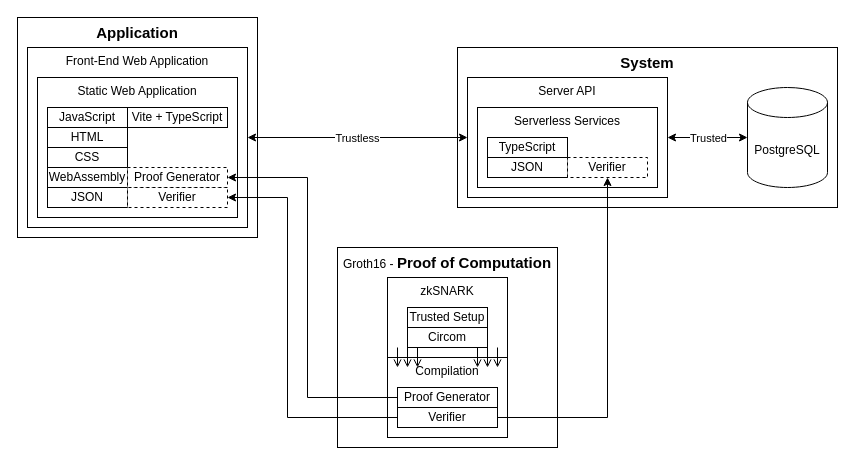
Earlier version of the draw.io diagram page "Page-8" (8 of 9) of docs/diag2.drawio (Dataram57/zkVoting). Source tidied: cells renumbered, new cells numbered last; positions are measured from the earlier drawing's top-left corner, leaving out a move shared by most shapes. Both pictures are drawn from the tidied source at 100%, with x=0, y=0 at pixel (17, 17).
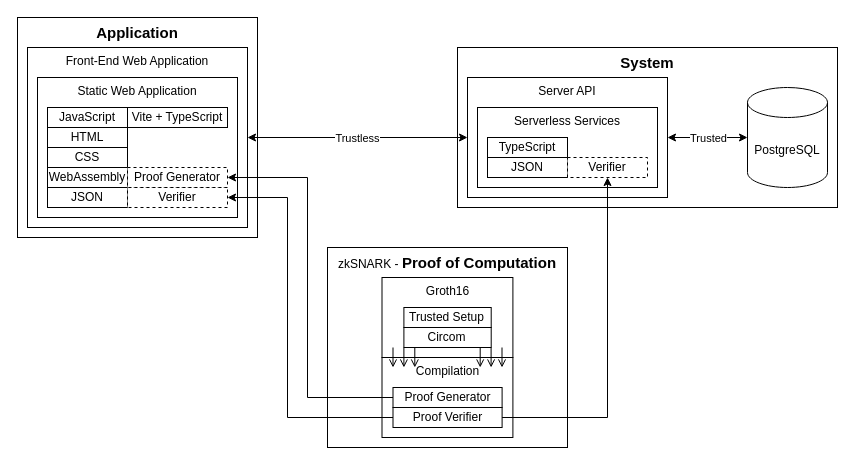
The same page after the edit.

The edit, as a diff of the source:
```diff
@@
     <mxCell id="27" style="group;" parent="1" vertex="1">
-      <mxGeometry x="320" y="230" width="220" height="200" as="geometry" />
+      <mxGeometry x="310" y="230" width="240" height="200" as="geometry" />
     </mxCell>
-    <mxCell id="28" value="Groth16 - &lt;b&gt;&lt;font style=&quot;font-size: 15px;&quot;&gt;Proof of Computation&lt;/font&gt;&lt;/b&gt;" style="whiteSpace=wrap;html=1;verticalAlign=top;" parent="27" vertex="1">
-      <mxGeometry width="220" height="200" as="geometry" />
+    <mxCell id="28" value="zkSNARK - &lt;b&gt;&lt;font style=&quot;font-size: 15px;&quot;&gt;Proof of Computation&lt;/font&gt;&lt;/b&gt;" style="whiteSpace=wrap;html=1;verticalAlign=top;" parent="27" vertex="1">
+      <mxGeometry width="240" height="200" as="geometry" />
     </mxCell>
     <mxCell id="29" value="Compilation" style="whiteSpace=wrap;html=1;verticalAlign=top;" parent="27" vertex="1">
-      <mxGeometry x="50" y="110" width="120" height="80" as="geometry" />
+      <mxGeometry x="54.5" y="110" width="130.9" height="80" as="geometry" />
     </mxCell>
-    <mxCell id="30" value="zkSNARK" style="whiteSpace=wrap;html=1;verticalAlign=top;" parent="27" vertex="1">
-      <mxGeometry x="50" y="30" width="120" height="80" as="geometry" />
+    <mxCell id="30" value="Groth16" style="whiteSpace=wrap;html=1;verticalAlign=top;" parent="27" vertex="1">
+      <mxGeometry x="54.5" y="30" width="130.9" height="80" as="geometry" />
     </mxCell>
     <mxCell id="31" style="group;" parent="27" vertex="1">
-      <mxGeometry x="70" y="60" width="80" height="40" as="geometry" />
+      <mxGeometry x="76.4" y="60" width="87.3" height="40" as="geometry" />
     </mxCell>
     <mxCell id="32" value="Trusted Setup" style="whiteSpace=wrap;html=1;" parent="31" vertex="1">
-      <mxGeometry width="80" height="20" as="geometry" />
+      <mxGeometry width="87.3" height="20" as="geometry" />
     </mxCell>
     <mxCell id="33" value="Circom" style="whiteSpace=wrap;html=1;" parent="31" vertex="1">
-      <mxGeometry y="20" width="80" height="20" as="geometry" />
+      <mxGeometry y="20" width="87.3" height="20" as="geometry" />
     </mxCell>
     <mxCell id="34" value="Proof Generator" style="whiteSpace=wrap;html=1;" parent="27" vertex="1">
-      <mxGeometry x="60" y="140" width="100" height="20" as="geometry" />
+      <mxGeometry x="65.5" y="140" width="109.1" height="20" as="geometry" />
     </mxCell>
-    <mxCell id="35" value="Verifier" style="whiteSpace=wrap;html=1;" parent="27" vertex="1">
-      <mxGeometry x="60" y="160" width="100" height="20" as="geometry" />
+    <mxCell id="35" value="Proof Verifier" style="whiteSpace=wrap;html=1;" parent="27" vertex="1">
+      <mxGeometry x="65.5" y="160" width="109.1" height="20" as="geometry" />
     </mxCell>
     <mxCell id="36" style="group;" parent="27" vertex="1">
-      <mxGeometry x="60" y="100" width="20" height="20" as="geometry" />
+      <mxGeometry x="65.5" y="100" width="21.8" height="20" as="geometry" />
     </mxCell>
@@
     <mxCell id="38" style="endArrow=open;html=1;rounded=0;endFill=0;" parent="36" edge="1">
       <mxGeometry relative="1" as="geometry">
-        <mxPoint x="10" as="sourcePoint" />
-        <mxPoint x="10" y="20" as="targetPoint" />
+        <mxPoint x="10.9" as="sourcePoint" />
+        <mxPoint x="10.9" y="20" as="targetPoint" />
       </mxGeometry>
     </mxCell>
     <mxCell id="39" style="endArrow=open;html=1;rounded=0;endFill=0;" parent="36" edge="1">
       <mxGeometry relative="1" as="geometry">
-        <mxPoint x="20" as="sourcePoint" />
-        <mxPoint x="20" y="20" as="targetPoint" />
+        <mxPoint x="21.8" as="sourcePoint" />
+        <mxPoint x="21.8" y="20" as="targetPoint" />
       </mxGeometry>
     </mxCell>
     <mxCell id="40" style="group;" parent="27" vertex="1">
-      <mxGeometry x="140" y="100" width="20" height="20" as="geometry" />
+      <mxGeometry x="152.7" y="100" width="21.8" height="20" as="geometry" />
     </mxCell>
@@
     <mxCell id="42" style="endArrow=open;html=1;rounded=0;endFill=0;" parent="40" edge="1">
       <mxGeometry relative="1" as="geometry">
-        <mxPoint x="10" as="sourcePoint" />
-        <mxPoint x="10" y="20" as="targetPoint" />
+        <mxPoint x="10.9" as="sourcePoint" />
+        <mxPoint x="10.9" y="20" as="targetPoint" />
       </mxGeometry>
     </mxCell>
     <mxCell id="43" style="endArrow=open;html=1;rounded=0;endFill=0;" parent="40" edge="1">
       <mxGeometry relative="1" as="geometry">
-        <mxPoint x="20" as="sourcePoint" />
-        <mxPoint x="20" y="20" as="targetPoint" />
+        <mxPoint x="21.8" as="sourcePoint" />
+        <mxPoint x="21.8" y="20" as="targetPoint" />
       </mxGeometry>
     </mxCell>
```
